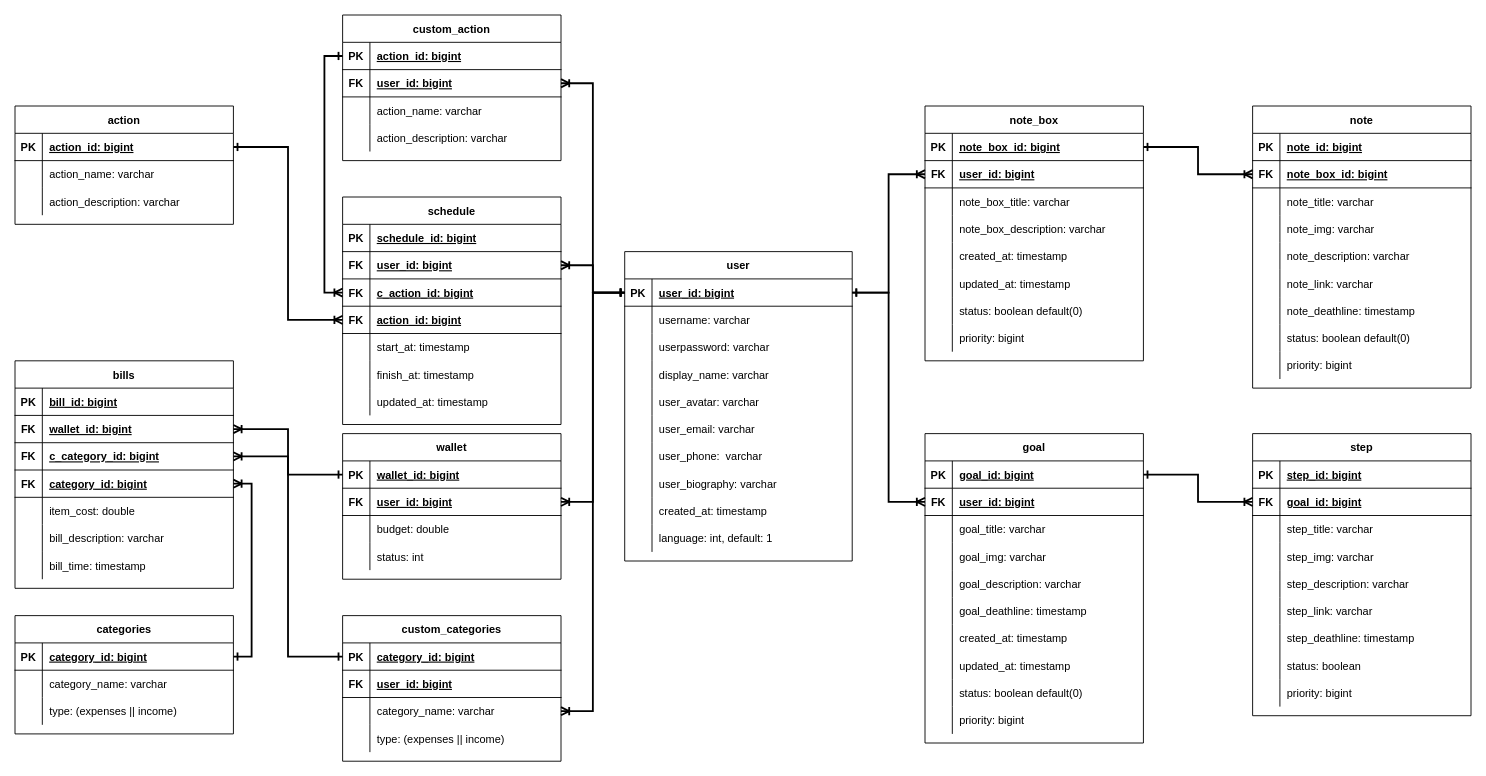
Earlier version of the draw.io diagram documents/draw.io/system_database.drawio (johnvo24/vku_bp2_web_youli). Source tidied: cells renumbered, new cells numbered last; positions are measured from the earlier drawing's top-left corner, leaving out a move shared by most shapes. Both pictures are drawn from the tidied source at 91%, with x=0, y=0 at pixel (15, 15).
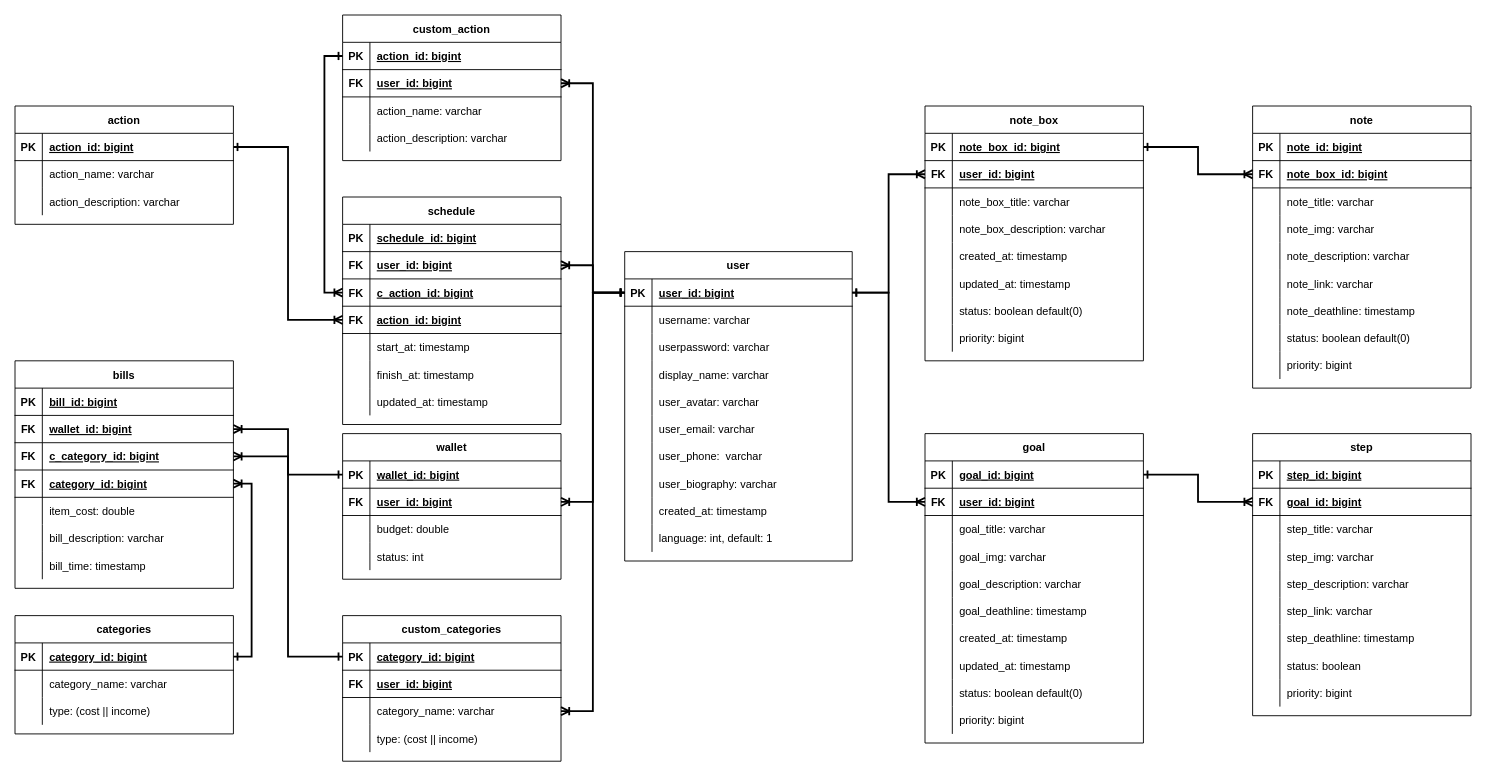
The same diagram, later.

Unchanged cells that the change refers to:
```xml
<mxCell id="210" style="shape=tableRow;horizontal=0;startSize=0;swimlaneHead=0;swimlaneBody=0;fillColor=none;top=0;left=0;right=0;bottom=0;" parent="203" vertex="1">
  <mxGeometry y="90" width="240" height="30" as="geometry" />
</mxCell>
<mxCell id="243" style="shape=tableRow;horizontal=0;startSize=0;swimlaneHead=0;swimlaneBody=0;fillColor=none;top=0;left=0;right=0;bottom=0;" parent="233" vertex="1">
  <mxGeometry y="120" width="240" height="30" as="geometry" />
</mxCell>
```

What changed in the source:
```diff
@@
-    <mxCell id="212" value="type: (expenses || income)" style="shape=partialRectangle;fillColor=none;top=0;left=0;bottom=0;right=0;align=left;spacingLeft=6;fontStyle=0;overflow=hidden;" parent="210" vertex="1">
+    <mxCell id="212" value="type: (cost || income)" style="shape=partialRectangle;fillColor=none;top=0;left=0;bottom=0;right=0;align=left;spacingLeft=6;fontStyle=0;overflow=hidden;" parent="210" vertex="1">
       <mxGeometry x="30" width="210" height="30" as="geometry" />
     </mxCell>
@@
-    <mxCell id="245" value="type: (expenses || income)" style="shape=partialRectangle;fillColor=none;top=0;left=0;bottom=0;right=0;align=left;spacingLeft=6;fontStyle=0;overflow=hidden;" parent="243" vertex="1">
+    <mxCell id="245" value="type: (cost || income)" style="shape=partialRectangle;fillColor=none;top=0;left=0;bottom=0;right=0;align=left;spacingLeft=6;fontStyle=0;overflow=hidden;" parent="243" vertex="1">
       <mxGeometry x="30" width="210" height="30" as="geometry" />
     </mxCell>
```
